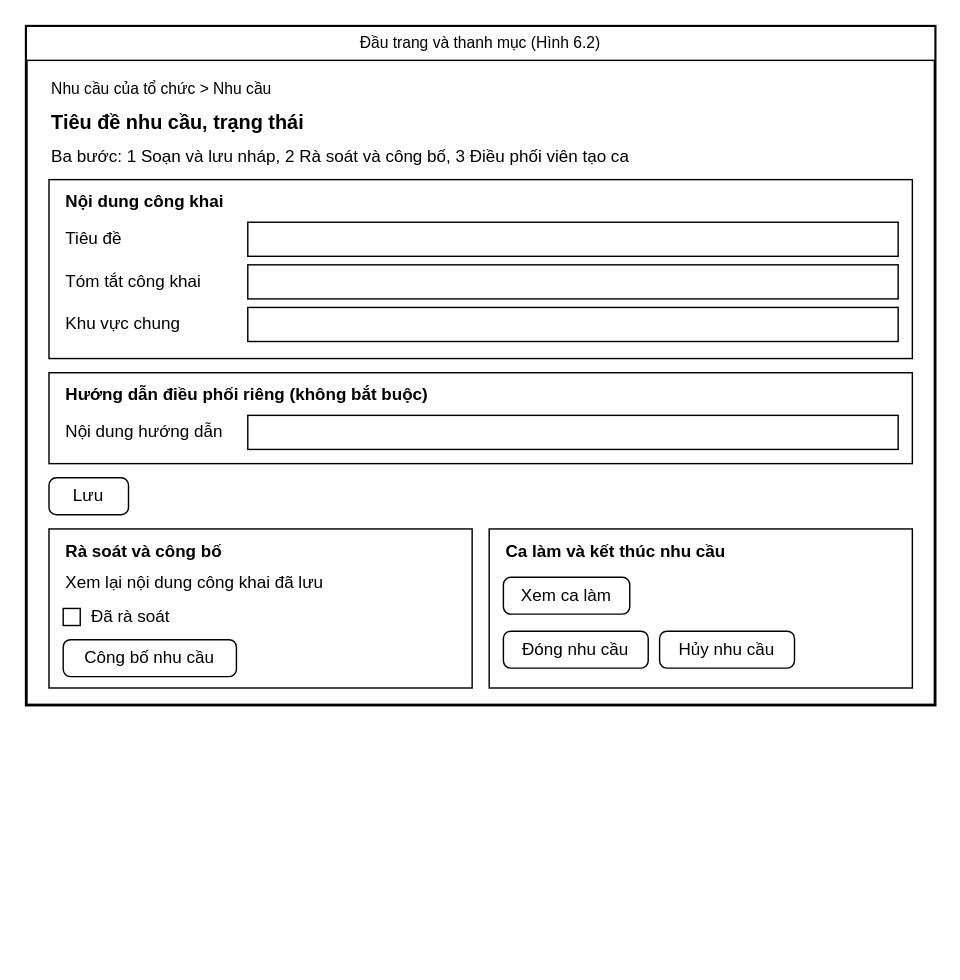
Before: docs/giao_dien/drawio/M07_Nhu_cau.drawio in kanishere55/OOSD_NenTangDieuPhoi_TNV, a draw.io diagram. Source tidied: cells renumbered, new cells numbered last; positions are measured from the earlier drawing's top-left corner, leaving out a move shared by most shapes. Both pictures are drawn from the tidied source at 142%, with x=0, y=0 at pixel (26, 26).
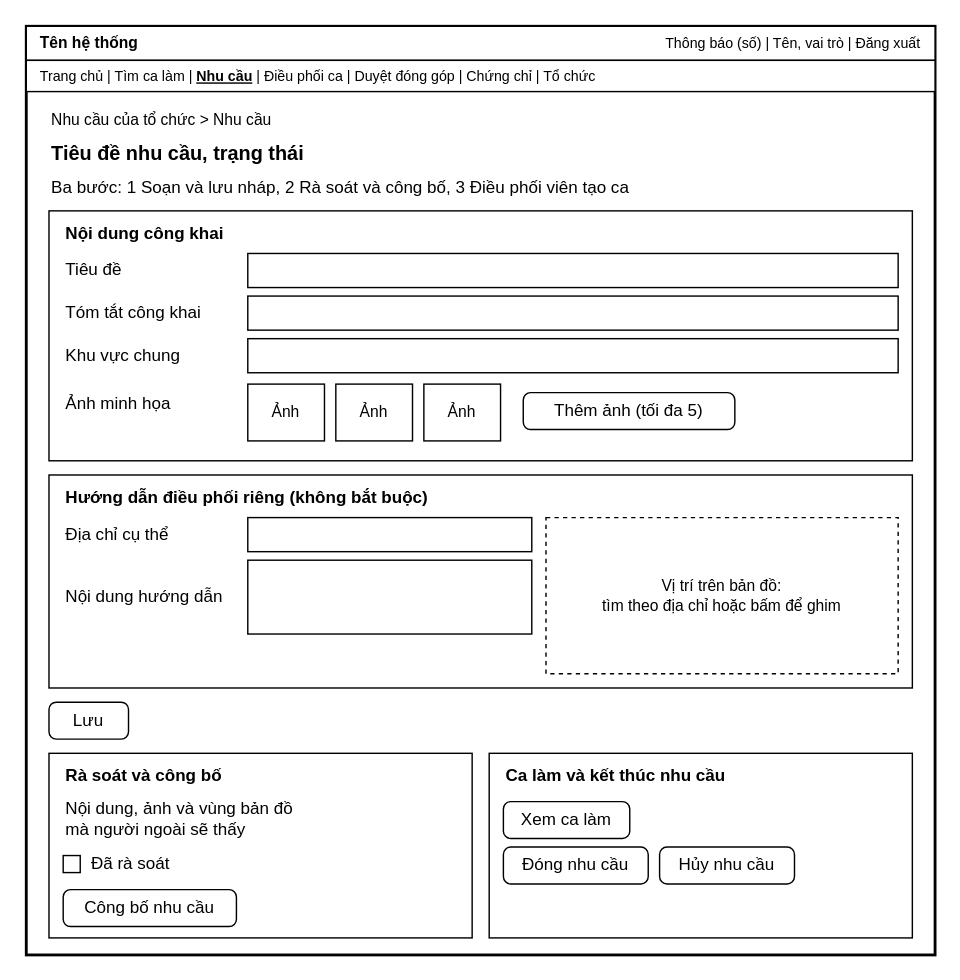
Above is the later version.

Change to the diagram source:
```diff
@@
     <mxCell id="2" style="rounded=0;whiteSpace=wrap;html=1;fillColor=#ffffff;strokeColor=#000000;strokeWidth=2;" parent="1" vertex="1">
-      <mxGeometry width="640" height="478" as="geometry" />
+      <mxGeometry width="640" height="654" as="geometry" />
     </mxCell>
-    <mxCell id="3" value="Đầu trang và thanh mục (Hình 6.2)" style="rounded=0;whiteSpace=wrap;html=1;fillColor=#ffffff;strokeColor=#000000;fontColor=#000000;fontSize=11;align=center;" parent="1" vertex="1">
+    <mxCell id="3" style="rounded=0;whiteSpace=wrap;html=1;fillColor=#ffffff;strokeColor=#000000;fontColor=#000000;fontSize=12;align=center;" parent="1" vertex="1">
       <mxGeometry width="640" height="24" as="geometry" />
     </mxCell>
-    <mxCell id="4" value="Nhu cầu của tổ chức &gt; Nhu cầu" style="text;html=1;strokeColor=none;fillColor=none;whiteSpace=wrap;verticalAlign=middle;fontColor=#000000;align=left;fontSize=11;fontStyle=0;" parent="1" vertex="1">
-      <mxGeometry x="16" y="34" width="400" height="20" as="geometry" />
+    <mxCell id="4" value="Tên hệ thống" style="text;html=1;strokeColor=none;fillColor=none;whiteSpace=wrap;verticalAlign=middle;fontColor=#000000;align=left;fontSize=11;fontStyle=1;" parent="1" vertex="1">
+      <mxGeometry x="8" y="2" width="150" height="20" as="geometry" />
     </mxCell>
-    <mxCell id="5" value="Tiêu đề nhu cầu, trạng thái" style="text;html=1;strokeColor=none;fillColor=none;whiteSpace=wrap;verticalAlign=middle;fontColor=#000000;align=left;fontSize=14;fontStyle=1;" parent="1" vertex="1">
-      <mxGeometry x="16" y="56" width="400" height="24" as="geometry" />
+    <mxCell id="5" value="Thông báo (số)   |   Tên, vai trò   |   Đăng xuất" style="text;html=1;strokeColor=none;fillColor=none;whiteSpace=wrap;verticalAlign=middle;fontColor=#000000;align=right;fontSize=10;fontStyle=0;" parent="1" vertex="1">
+      <mxGeometry x="340" y="2" width="292" height="20" as="geometry" />
     </mxCell>
-    <mxCell id="6" value="Ba bước: 1 Soạn và lưu nháp, 2 Rà soát và công bố, 3 Điều phối viên tạo ca" style="text;html=1;strokeColor=none;fillColor=none;whiteSpace=wrap;verticalAlign=middle;fontColor=#000000;align=left;fontSize=12;fontStyle=0;" parent="1" vertex="1">
-      <mxGeometry x="16" y="82" width="600" height="20" as="geometry" />
+    <mxCell id="6" style="rounded=0;whiteSpace=wrap;html=1;fillColor=#ffffff;strokeColor=#000000;fontColor=#000000;fontSize=12;align=center;" parent="1" vertex="1">
+      <mxGeometry y="24" width="640" height="22" as="geometry" />
     </mxCell>
-    <mxCell id="7" style="rounded=0;whiteSpace=wrap;html=1;fillColor=#ffffff;strokeColor=#000000;fontColor=#000000;fontSize=12;align=center;" parent="1" vertex="1">
-      <mxGeometry x="16" y="108" width="608" height="126" as="geometry" />
+    <mxCell id="7" value="Trang chủ   |   Tìm ca làm   |   &lt;b&gt;&lt;u&gt;Nhu cầu&lt;/u&gt;&lt;/b&gt;   |   Điều phối ca   |   Duyệt đóng góp   |   Chứng chỉ   |   Tổ chức" style="text;html=1;strokeColor=none;fillColor=none;whiteSpace=wrap;verticalAlign=middle;fontColor=#000000;align=left;fontSize=10;fontStyle=0;" parent="1" vertex="1">
+      <mxGeometry x="8" y="25" width="624" height="20" as="geometry" />
     </mxCell>
-    <mxCell id="8" value="Nội dung công khai" style="text;html=1;strokeColor=none;fillColor=none;whiteSpace=wrap;verticalAlign=middle;fontColor=#000000;align=left;fontSize=12;fontStyle=1;" parent="1" vertex="1">
-      <mxGeometry x="26" y="114" width="300" height="20" as="geometry" />
+    <mxCell id="8" value="Nhu cầu của tổ chức &gt; Nhu cầu" style="text;html=1;strokeColor=none;fillColor=none;whiteSpace=wrap;verticalAlign=middle;fontColor=#000000;align=left;fontSize=11;fontStyle=0;" parent="1" vertex="1">
+      <mxGeometry x="16" y="56" width="400" height="20" as="geometry" />
     </mxCell>
-    <mxCell id="9" value="Tiêu đề" style="text;html=1;strokeColor=none;fillColor=none;whiteSpace=wrap;verticalAlign=middle;fontColor=#000000;align=left;fontSize=12;fontStyle=0;" parent="1" vertex="1">
-      <mxGeometry x="26" y="138" width="130" height="24" as="geometry" />
+    <mxCell id="9" value="Tiêu đề nhu cầu, trạng thái" style="text;html=1;strokeColor=none;fillColor=none;whiteSpace=wrap;verticalAlign=middle;fontColor=#000000;align=left;fontSize=14;fontStyle=1;" parent="1" vertex="1">
+      <mxGeometry x="16" y="78" width="400" height="24" as="geometry" />
     </mxCell>
-    <mxCell id="10" style="rounded=0;whiteSpace=wrap;html=1;fillColor=#ffffff;strokeColor=#000000;fontColor=#000000;fontSize=12;align=center;" parent="1" vertex="1">
-      <mxGeometry x="156" y="138" width="458" height="24" as="geometry" />
+    <mxCell id="10" value="Ba bước: 1 Soạn và lưu nháp, 2 Rà soát và công bố, 3 Điều phối viên tạo ca" style="text;html=1;strokeColor=none;fillColor=none;whiteSpace=wrap;verticalAlign=middle;fontColor=#000000;align=left;fontSize=12;fontStyle=0;" parent="1" vertex="1">
+      <mxGeometry x="16" y="104" width="600" height="20" as="geometry" />
     </mxCell>
-    <mxCell id="11" value="Tóm tắt công khai" style="text;html=1;strokeColor=none;fillColor=none;whiteSpace=wrap;verticalAlign=middle;fontColor=#000000;align=left;fontSize=12;fontStyle=0;" parent="1" vertex="1">
-      <mxGeometry x="26" y="168" width="130" height="24" as="geometry" />
+    <mxCell id="11" style="rounded=0;whiteSpace=wrap;html=1;fillColor=#ffffff;strokeColor=#000000;fontColor=#000000;fontSize=12;align=center;" parent="1" vertex="1">
+      <mxGeometry x="16" y="130" width="608" height="176" as="geometry" />
     </mxCell>
-    <mxCell id="12" style="rounded=0;whiteSpace=wrap;html=1;fillColor=#ffffff;strokeColor=#000000;fontColor=#000000;fontSize=12;align=center;" parent="1" vertex="1">
-      <mxGeometry x="156" y="168" width="458" height="24" as="geometry" />
+    <mxCell id="12" value="Nội dung công khai" style="text;html=1;strokeColor=none;fillColor=none;whiteSpace=wrap;verticalAlign=middle;fontColor=#000000;align=left;fontSize=12;fontStyle=1;" parent="1" vertex="1">
+      <mxGeometry x="26" y="136" width="300" height="20" as="geometry" />
     </mxCell>
-    <mxCell id="13" value="Khu vực chung" style="text;html=1;strokeColor=none;fillColor=none;whiteSpace=wrap;verticalAlign=middle;fontColor=#000000;align=left;fontSize=12;fontStyle=0;" parent="1" vertex="1">
-      <mxGeometry x="26" y="198" width="130" height="24" as="geometry" />
+    <mxCell id="13" value="Tiêu đề" style="text;html=1;strokeColor=none;fillColor=none;whiteSpace=wrap;verticalAlign=middle;fontColor=#000000;align=left;fontSize=12;fontStyle=0;" parent="1" vertex="1">
+      <mxGeometry x="26" y="160" width="130" height="24" as="geometry" />
     </mxCell>
     <mxCell id="14" style="rounded=0;whiteSpace=wrap;html=1;fillColor=#ffffff;strokeColor=#000000;fontColor=#000000;fontSize=12;align=center;" parent="1" vertex="1">
-      <mxGeometry x="156" y="198" width="458" height="24" as="geometry" />
+      <mxGeometry x="156" y="160" width="458" height="24" as="geometry" />
     </mxCell>
-    <mxCell id="15" style="rounded=0;whiteSpace=wrap;html=1;fillColor=#ffffff;strokeColor=#000000;fontColor=#000000;fontSize=12;align=center;" parent="1" vertex="1">
-      <mxGeometry x="16" y="244" width="608" height="64" as="geometry" />
+    <mxCell id="15" value="Tóm tắt công khai" style="text;html=1;strokeColor=none;fillColor=none;whiteSpace=wrap;verticalAlign=middle;fontColor=#000000;align=left;fontSize=12;fontStyle=0;" parent="1" vertex="1">
+      <mxGeometry x="26" y="190" width="130" height="24" as="geometry" />
     </mxCell>
-    <mxCell id="16" value="Hướng dẫn điều phối riêng (không bắt buộc)" style="text;html=1;strokeColor=none;fillColor=none;whiteSpace=wrap;verticalAlign=middle;fontColor=#000000;align=left;fontSize=12;fontStyle=1;" parent="1" vertex="1">
-      <mxGeometry x="26" y="250" width="400" height="20" as="geometry" />
+    <mxCell id="16" style="rounded=0;whiteSpace=wrap;html=1;fillColor=#ffffff;strokeColor=#000000;fontColor=#000000;fontSize=12;align=center;" parent="1" vertex="1">
+      <mxGeometry x="156" y="190" width="458" height="24" as="geometry" />
     </mxCell>
-    <mxCell id="17" value="Nội dung hướng dẫn" style="text;html=1;strokeColor=none;fillColor=none;whiteSpace=wrap;verticalAlign=middle;fontColor=#000000;align=left;fontSize=12;fontStyle=0;" parent="1" vertex="1">
-      <mxGeometry x="26" y="274" width="130" height="24" as="geometry" />
+    <mxCell id="17" value="Khu vực chung" style="text;html=1;strokeColor=none;fillColor=none;whiteSpace=wrap;verticalAlign=middle;fontColor=#000000;align=left;fontSize=12;fontStyle=0;" parent="1" vertex="1">
+      <mxGeometry x="26" y="220" width="130" height="24" as="geometry" />
     </mxCell>
     <mxCell id="18" style="rounded=0;whiteSpace=wrap;html=1;fillColor=#ffffff;strokeColor=#000000;fontColor=#000000;fontSize=12;align=center;" parent="1" vertex="1">
-      <mxGeometry x="156" y="274" width="458" height="24" as="geometry" />
+      <mxGeometry x="156" y="220" width="458" height="24" as="geometry" />
     </mxCell>
-    <mxCell id="19" value="Lưu" style="rounded=1;arcSize=20;whiteSpace=wrap;html=1;fillColor=#ffffff;strokeColor=#000000;fontColor=#000000;fontSize=12;" parent="1" vertex="1">
-      <mxGeometry x="16" y="318" width="56" height="26" as="geometry" />
+    <mxCell id="19" value="Ảnh minh họa" style="text;html=1;strokeColor=none;fillColor=none;whiteSpace=wrap;verticalAlign=middle;fontColor=#000000;align=left;fontSize=12;fontStyle=0;" parent="1" vertex="1">
+      <mxGeometry x="26" y="254" width="130" height="24" as="geometry" />
     </mxCell>
-    <mxCell id="20" style="rounded=0;whiteSpace=wrap;html=1;fillColor=#ffffff;strokeColor=#000000;fontColor=#000000;fontSize=12;align=center;" parent="1" vertex="1">
-      <mxGeometry x="16" y="354" width="298" height="112" as="geometry" />
+    <mxCell id="20" value="Ảnh" style="rounded=0;whiteSpace=wrap;html=1;fillColor=#ffffff;strokeColor=#000000;fontColor=#000000;fontSize=11;align=center;" parent="1" vertex="1">
+      <mxGeometry x="156" y="252" width="54" height="40" as="geometry" />
     </mxCell>
-    <mxCell id="21" value="Rà soát và công bố" style="text;html=1;strokeColor=none;fillColor=none;whiteSpace=wrap;verticalAlign=middle;fontColor=#000000;align=left;fontSize=12;fontStyle=1;" parent="1" vertex="1">
-      <mxGeometry x="26" y="360" width="280" height="20" as="geometry" />
+    <mxCell id="21" value="Ảnh" style="rounded=0;whiteSpace=wrap;html=1;fillColor=#ffffff;strokeColor=#000000;fontColor=#000000;fontSize=11;align=center;" parent="1" vertex="1">
+      <mxGeometry x="218" y="252" width="54" height="40" as="geometry" />
     </mxCell>
-    <mxCell id="22" value="Xem lại nội dung công khai đã lưu" style="text;html=1;strokeColor=none;fillColor=none;whiteSpace=wrap;verticalAlign=middle;fontColor=#000000;align=left;fontSize=12;fontStyle=0;" parent="1" vertex="1">
-      <mxGeometry x="26" y="382" width="280" height="20" as="geometry" />
+    <mxCell id="22" value="Ảnh" style="rounded=0;whiteSpace=wrap;html=1;fillColor=#ffffff;strokeColor=#000000;fontColor=#000000;fontSize=11;align=center;" parent="1" vertex="1">
+      <mxGeometry x="280" y="252" width="54" height="40" as="geometry" />
     </mxCell>
-    <mxCell id="23" style="rounded=0;whiteSpace=wrap;html=1;fillColor=#ffffff;strokeColor=#000000;fontColor=#000000;fontSize=12;align=center;" parent="1" vertex="1">
-      <mxGeometry x="26" y="410" width="12" height="12" as="geometry" />
+    <mxCell id="23" value="Thêm ảnh (tối đa 5)" style="rounded=1;arcSize=20;whiteSpace=wrap;html=1;fillColor=#ffffff;strokeColor=#000000;fontColor=#000000;fontSize=12;" parent="1" vertex="1">
+      <mxGeometry x="350" y="258" width="149" height="26" as="geometry" />
     </mxCell>
-    <mxCell id="24" value="Đã rà soát" style="text;html=1;strokeColor=none;fillColor=none;whiteSpace=wrap;verticalAlign=middle;fontColor=#000000;align=left;fontSize=12;fontStyle=0;" parent="1" vertex="1">
-      <mxGeometry x="44" y="406" width="252" height="20" as="geometry" />
+    <mxCell id="24" style="rounded=0;whiteSpace=wrap;html=1;fillColor=#ffffff;strokeColor=#000000;fontColor=#000000;fontSize=12;align=center;" parent="1" vertex="1">
+      <mxGeometry x="16" y="316" width="608" height="150" as="geometry" />
     </mxCell>
-    <mxCell id="25" value="Công bố nhu cầu" style="rounded=1;arcSize=20;whiteSpace=wrap;html=1;fillColor=#ffffff;strokeColor=#000000;fontColor=#000000;fontSize=12;" parent="1" vertex="1">
-      <mxGeometry x="26" y="432" width="122" height="26" as="geometry" />
+    <mxCell id="25" value="Hướng dẫn điều phối riêng (không bắt buộc)" style="text;html=1;strokeColor=none;fillColor=none;whiteSpace=wrap;verticalAlign=middle;fontColor=#000000;align=left;fontSize=12;fontStyle=1;" parent="1" vertex="1">
+      <mxGeometry x="26" y="322" width="400" height="20" as="geometry" />
     </mxCell>
-    <mxCell id="26" style="rounded=0;whiteSpace=wrap;html=1;fillColor=#ffffff;strokeColor=#000000;fontColor=#000000;fontSize=12;align=center;" parent="1" vertex="1">
-      <mxGeometry x="326" y="354" width="298" height="112" as="geometry" />
+    <mxCell id="26" value="Địa chỉ cụ thể" style="text;html=1;strokeColor=none;fillColor=none;whiteSpace=wrap;verticalAlign=middle;fontColor=#000000;align=left;fontSize=12;fontStyle=0;" parent="1" vertex="1">
+      <mxGeometry x="26" y="346" width="130" height="24" as="geometry" />
     </mxCell>
-    <mxCell id="27" value="Ca làm và kết thúc nhu cầu" style="text;html=1;strokeColor=none;fillColor=none;whiteSpace=wrap;verticalAlign=middle;fontColor=#000000;align=left;fontSize=12;fontStyle=1;" parent="1" vertex="1">
-      <mxGeometry x="336" y="360" width="280" height="20" as="geometry" />
+    <mxCell id="27" style="rounded=0;whiteSpace=wrap;html=1;fillColor=#ffffff;strokeColor=#000000;fontColor=#000000;fontSize=12;align=center;" parent="1" vertex="1">
+      <mxGeometry x="156" y="346" width="200" height="24" as="geometry" />
     </mxCell>
-    <mxCell id="28" value="Xem ca làm" style="rounded=1;arcSize=20;whiteSpace=wrap;html=1;fillColor=#ffffff;strokeColor=#000000;fontColor=#000000;fontSize=12;" parent="1" vertex="1">
-      <mxGeometry x="336" y="388" width="89" height="26" as="geometry" />
+    <mxCell id="28" value="Nội dung hướng dẫn" style="text;html=1;strokeColor=none;fillColor=none;whiteSpace=wrap;verticalAlign=middle;fontColor=#000000;align=left;fontSize=12;fontStyle=0;" parent="1" vertex="1">
+      <mxGeometry x="26" y="376" width="130" height="52" as="geometry" />
     </mxCell>
-    <mxCell id="29" value="Đóng nhu cầu" style="rounded=1;arcSize=20;whiteSpace=wrap;html=1;fillColor=#ffffff;strokeColor=#000000;fontColor=#000000;fontSize=12;" parent="1" vertex="1">
-      <mxGeometry x="336" y="426" width="102" height="26" as="geometry" />
+    <mxCell id="29" style="rounded=0;whiteSpace=wrap;html=1;fillColor=#ffffff;strokeColor=#000000;fontColor=#000000;fontSize=12;align=center;" parent="1" vertex="1">
+      <mxGeometry x="156" y="376" width="200" height="52" as="geometry" />
     </mxCell>
-    <mxCell id="30" value="Hủy nhu cầu" style="rounded=1;arcSize=20;whiteSpace=wrap;html=1;fillColor=#ffffff;strokeColor=#000000;fontColor=#000000;fontSize=12;" parent="1" vertex="1">
-      <mxGeometry x="446" y="426" width="95" height="26" as="geometry" />
+    <mxCell id="30" value="Vị trí trên bản đồ:&lt;br&gt;tìm theo địa chỉ hoặc bấm để ghim" style="rounded=0;whiteSpace=wrap;html=1;fillColor=#ffffff;strokeColor=#000000;fontColor=#000000;fontSize=11;align=center;dashed=1;" parent="1" vertex="1">
+      <mxGeometry x="366" y="346" width="248" height="110" as="geometry" />
     </mxCell>
+    <mxCell id="31" value="Lưu" style="rounded=1;arcSize=20;whiteSpace=wrap;html=1;fillColor=#ffffff;strokeColor=#000000;fontColor=#000000;fontSize=12;" parent="1" vertex="1">
+      <mxGeometry x="16" y="476" width="56" height="26" as="geometry" />
+    </mxCell>
+    <mxCell id="32" style="rounded=0;whiteSpace=wrap;html=1;fillColor=#ffffff;strokeColor=#000000;fontColor=#000000;fontSize=12;align=center;" parent="1" vertex="1">
+      <mxGeometry x="16" y="512" width="298" height="130" as="geometry" />
+    </mxCell>
+    <mxCell id="33" value="Rà soát và công bố" style="text;html=1;strokeColor=none;fillColor=none;whiteSpace=wrap;verticalAlign=middle;fontColor=#000000;align=left;fontSize=12;fontStyle=1;" parent="1" vertex="1">
+      <mxGeometry x="26" y="518" width="280" height="20" as="geometry" />
+    </mxCell>
+    <mxCell id="34" value="Nội dung, ảnh và vùng bản đồ&lt;br&gt;mà người ngoài sẽ thấy" style="text;html=1;strokeColor=none;fillColor=none;whiteSpace=wrap;verticalAlign=middle;fontColor=#000000;align=left;fontSize=12;fontStyle=0;" parent="1" vertex="1">
+      <mxGeometry x="26" y="540" width="280" height="36" as="geometry" />
+    </mxCell>
+    <mxCell id="35" style="rounded=0;whiteSpace=wrap;html=1;fillColor=#ffffff;strokeColor=#000000;fontColor=#000000;fontSize=12;align=center;" parent="1" vertex="1">
+      <mxGeometry x="26" y="584" width="12" height="12" as="geometry" />
+    </mxCell>
+    <mxCell id="36" value="Đã rà soát" style="text;html=1;strokeColor=none;fillColor=none;whiteSpace=wrap;verticalAlign=middle;fontColor=#000000;align=left;fontSize=12;fontStyle=0;" parent="1" vertex="1">
+      <mxGeometry x="44" y="580" width="252" height="20" as="geometry" />
+    </mxCell>
+    <mxCell id="37" value="Công bố nhu cầu" style="rounded=1;arcSize=20;whiteSpace=wrap;html=1;fillColor=#ffffff;strokeColor=#000000;fontColor=#000000;fontSize=12;" parent="1" vertex="1">
+      <mxGeometry x="26" y="608" width="122" height="26" as="geometry" />
+    </mxCell>
+    <mxCell id="38" style="rounded=0;whiteSpace=wrap;html=1;fillColor=#ffffff;strokeColor=#000000;fontColor=#000000;fontSize=12;align=center;" parent="1" vertex="1">
+      <mxGeometry x="326" y="512" width="298" height="130" as="geometry" />
+    </mxCell>
+    <mxCell id="39" value="Ca làm và kết thúc nhu cầu" style="text;html=1;strokeColor=none;fillColor=none;whiteSpace=wrap;verticalAlign=middle;fontColor=#000000;align=left;fontSize=12;fontStyle=1;" parent="1" vertex="1">
+      <mxGeometry x="336" y="518" width="280" height="20" as="geometry" />
+    </mxCell>
+    <mxCell id="40" value="Xem ca làm" style="rounded=1;arcSize=20;whiteSpace=wrap;html=1;fillColor=#ffffff;strokeColor=#000000;fontColor=#000000;fontSize=12;" parent="1" vertex="1">
+      <mxGeometry x="336" y="546" width="89" height="26" as="geometry" />
+    </mxCell>
+    <mxCell id="41" value="Đóng nhu cầu" style="rounded=1;arcSize=20;whiteSpace=wrap;html=1;fillColor=#ffffff;strokeColor=#000000;fontColor=#000000;fontSize=12;" parent="1" vertex="1">
+      <mxGeometry x="336" y="578" width="102" height="26" as="geometry" />
+    </mxCell>
+    <mxCell id="42" value="Hủy nhu cầu" style="rounded=1;arcSize=20;whiteSpace=wrap;html=1;fillColor=#ffffff;strokeColor=#000000;fontColor=#000000;fontSize=12;" parent="1" vertex="1">
+      <mxGeometry x="446" y="578" width="95" height="26" as="geometry" />
+    </mxCell>
```
